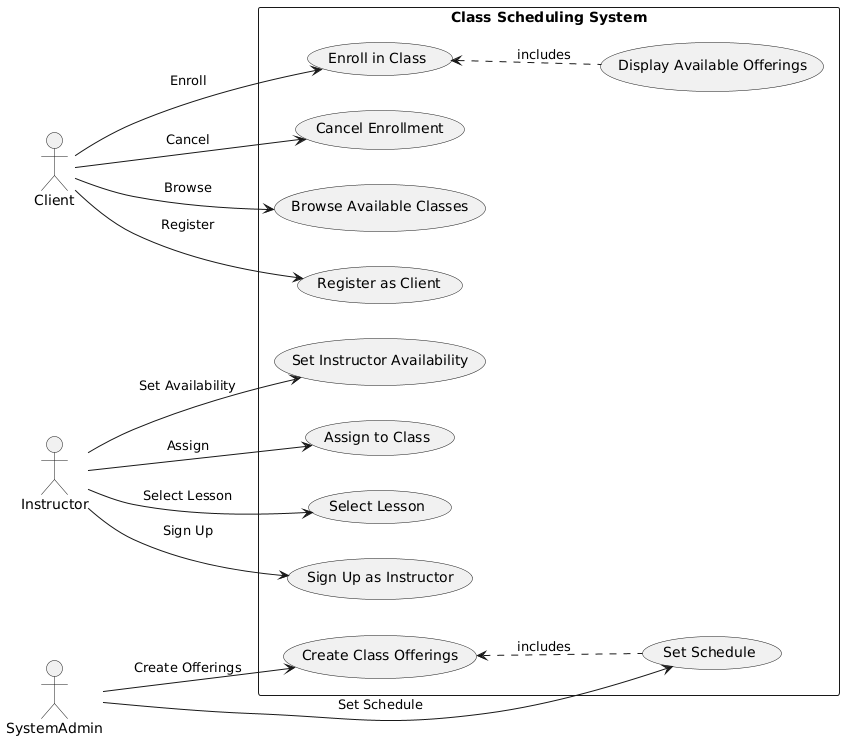
This is Diagrams/UseCase.png from ABALkhabbaz/LessonSchedulingSystem, a PlantUML export, as it was before one commit. Its diagram source:
```plantuml
@startuml
left to right direction
actor Client
actor Instructor
actor SystemAdmin

rectangle "Class Scheduling System" {
  usecase "Browse Available Classes" as UC1
  usecase "Register as Client" as UC2
  usecase "Enroll in Class" as UC3
  usecase "Cancel Enrollment" as UC4
  usecase "Sign Up as Instructor" as UC5
  usecase "Set Instructor Availability" as UC6
  usecase "Assign to Class" as UC7
  usecase "Create Class Offerings" as UC8
  usecase "Set Schedule" as UC9
  usecase "Display Available Offerings" as UC10
  usecase "Select Lesson" as UC11
}

Client --> UC1 : "Browse"
Client --> UC2 : "Register"
Client --> UC3 : "Enroll"
Client --> UC4 : "Cancel"

Instructor --> UC5 : "Sign Up"
Instructor --> UC6 : "Set Availability"
Instructor --> UC7 : "Assign"
Instructor --> UC11 : "Select Lesson"

SystemAdmin --> UC8 : "Create Offerings"
SystemAdmin --> UC9 : "Set Schedule"

UC8 <.. UC9 : "includes"
UC3 <.. UC10 : "includes"
@enduml
```
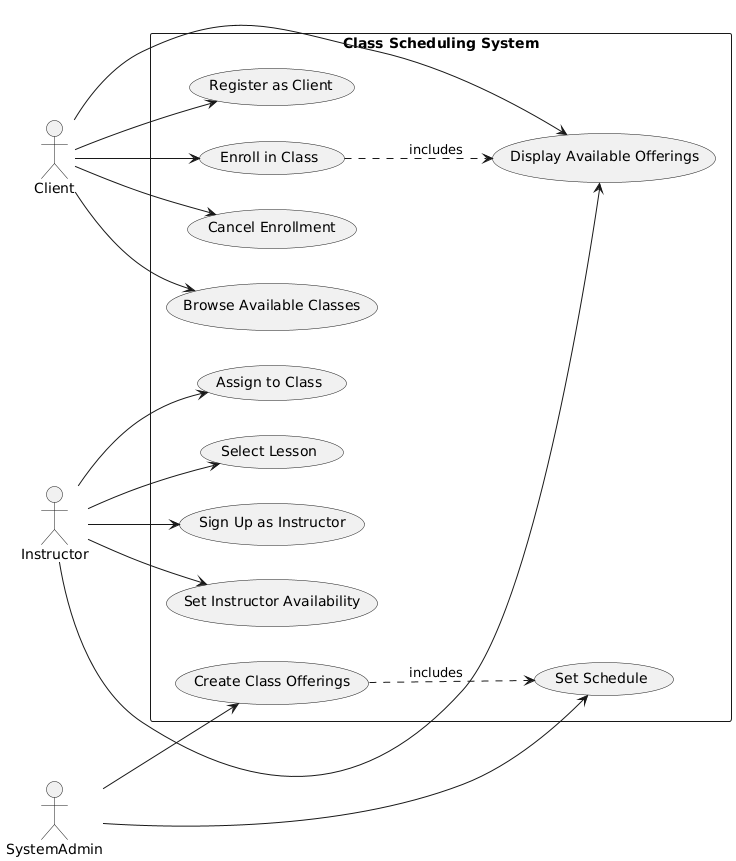
Later version of the same file.

Commit message:
updated use case diagram

What changed in the source:
```diff
@@ -5,32 +5,22 @@
 actor SystemAdmin
 
 rectangle "Class Scheduling System" {
-  usecase "Browse Available Classes" as UC1
-  usecase "Register as Client" as UC2
-  usecase "Enroll in Class" as UC3
-  usecase "Cancel Enrollment" as UC4
-  usecase "Sign Up as Instructor" as UC5
-  usecase "Set Instructor Availability" as UC6
-  usecase "Assign to Class" as UC7
-  usecase "Create Class Offerings" as UC8
-  usecase "Set Schedule" as UC9
-  usecase "Display Available Offerings" as UC10
-  usecase "Select Lesson" as UC11
+    Client --> (Enroll in Class)
+    Client --> (Cancel Enrollment)
+    Client --> (Browse Available Classes)
+    Client --> (Register as Client)
+
+    Instructor --> (Set Instructor Availability)
+    Instructor --> (Assign to Class)
+    Instructor --> (Select Lesson)
+    Instructor --> (Sign Up as Instructor)
+
+    SystemAdmin --> (Create Class Offerings)
+    SystemAdmin --> (Set Schedule)
+
+    (Enroll in Class) .-> (Display Available Offerings) : includes
+    (Create Class Offerings) .-> (Set Schedule) : includes
+    Client --> (Display Available Offerings)
+    Instructor --> (Display Available Offerings)
 }
-
-Client --> UC1 : "Browse"
-Client --> UC2 : "Register"
-Client --> UC3 : "Enroll"
-Client --> UC4 : "Cancel"
-
-Instructor --> UC5 : "Sign Up"
-Instructor --> UC6 : "Set Availability"
-Instructor --> UC7 : "Assign"
-Instructor --> UC11 : "Select Lesson"
-
-SystemAdmin --> UC8 : "Create Offerings"
-SystemAdmin --> UC9 : "Set Schedule"
-
-UC8 <.. UC9 : "includes"
-UC3 <.. UC10 : "includes"
 @enduml
```
